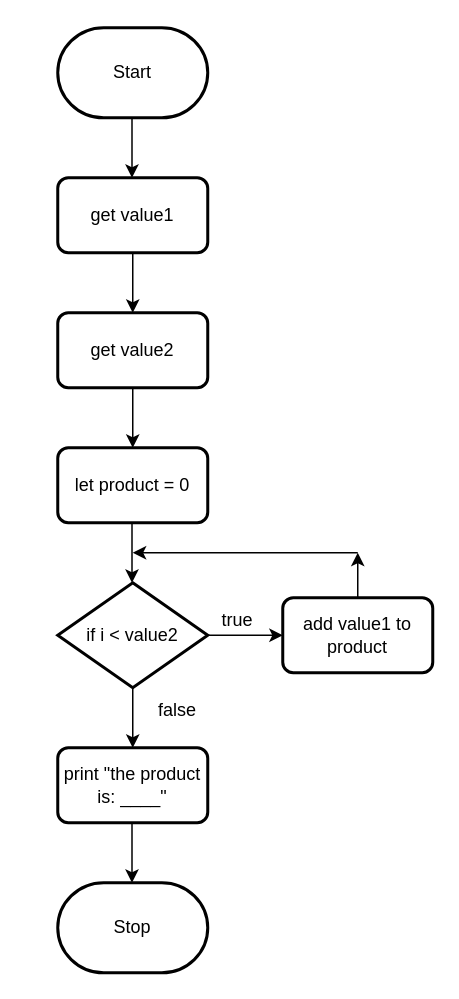
Earlier version of the draw.io diagram design/flowchart.drawio (MTHS-ICD2O-1-2024/ICD2O-Unit-5-06-Isaac-Ip). Source tidied: cells renumbered, new cells numbered last; positions are measured from the earlier drawing's top-left corner, leaving out a move shared by most shapes. Both pictures are drawn from the tidied source at 150%, with x=0, y=0 at pixel (57, 27).
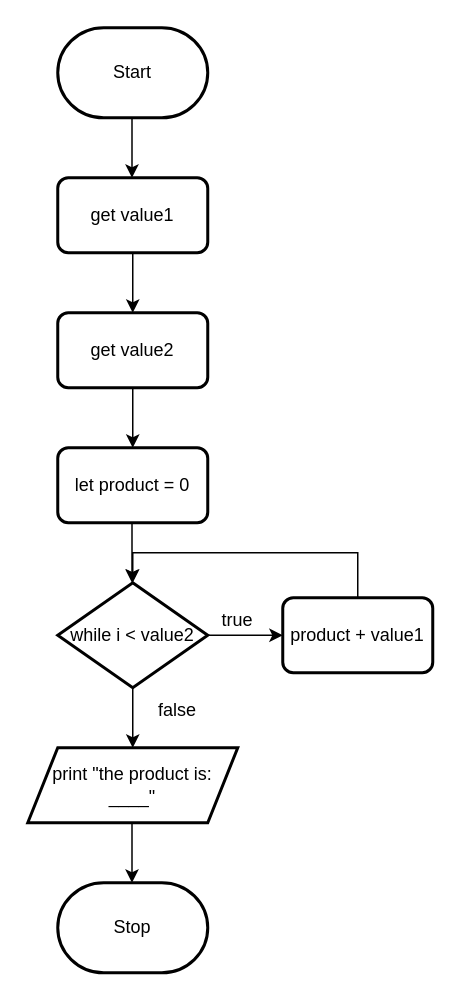
After the change.

What changed in the source:
```diff
@@
-    <mxCell id="12" value="if i &amp;lt; value2" style="strokeWidth=2;html=1;shape=mxgraph.flowchart.decision;whiteSpace=wrap;" parent="1" vertex="1">
+    <mxCell id="12" value="while i &amp;lt; value2" style="strokeWidth=2;html=1;shape=mxgraph.flowchart.decision;whiteSpace=wrap;" parent="1" vertex="1">
       <mxGeometry y="370" width="100" height="70" as="geometry" />
     </mxCell>
-    <mxCell id="13" style="edgeStyle=none;html=1;" parent="1" edge="1">
-      <mxGeometry relative="1" as="geometry">
-        <mxPoint x="200" y="350" as="sourcePoint" />
-        <mxPoint x="50" y="350" as="targetPoint" />
-      </mxGeometry>
-    </mxCell>
-    <mxCell id="14" style="html=1;exitX=0.5;exitY=0;exitDx=0;exitDy=0;" parent="1" edge="1" source="15">
-      <mxGeometry relative="1" as="geometry">
-        <mxPoint x="200" y="350" as="targetPoint" />
-      </mxGeometry>
-    </mxCell>
-    <mxCell id="15" value="add value1 to product" style="rounded=1;whiteSpace=wrap;html=1;absoluteArcSize=1;arcSize=14;strokeWidth=2;" parent="1" vertex="1">
+    <mxCell id="15" value="product + value1" style="rounded=1;whiteSpace=wrap;html=1;absoluteArcSize=1;arcSize=14;strokeWidth=2;" parent="1" vertex="1">
       <mxGeometry x="150" y="380" width="100" height="50" as="geometry" />
     </mxCell>
@@
-    <mxCell id="18" value="print &quot;the product is: ____&quot;" style="rounded=1;whiteSpace=wrap;html=1;absoluteArcSize=1;arcSize=14;strokeWidth=2;" parent="1" vertex="1">
-      <mxGeometry y="480" width="100" height="50" as="geometry" />
-    </mxCell>
@@
+    <mxCell id="18" value="&lt;span style=&quot;color: rgb(0, 0, 0);&quot;&gt;print &quot;the product is: ____&quot;&lt;/span&gt;" style="shape=parallelogram;perimeter=parallelogramPerimeter;whiteSpace=wrap;html=1;fixedSize=1;strokeWidth=2;" parent="1" vertex="1">
+      <mxGeometry x="-20" y="480" width="140" height="50" as="geometry" />
+    </mxCell>
+    <mxCell id="21" style="edgeStyle=elbowEdgeStyle;html=1;exitX=0.5;exitY=0;exitDx=0;exitDy=0;entryX=0.5;entryY=0;entryDx=0;entryDy=0;entryPerimeter=0;rounded=0;curved=0;" parent="1" edge="1" source="15" target="12">
+      <mxGeometry relative="1" as="geometry">
+        <Array as="points">
+          <mxPoint x="120" y="350" />
+        </Array>
+      </mxGeometry>
+    </mxCell>
```
